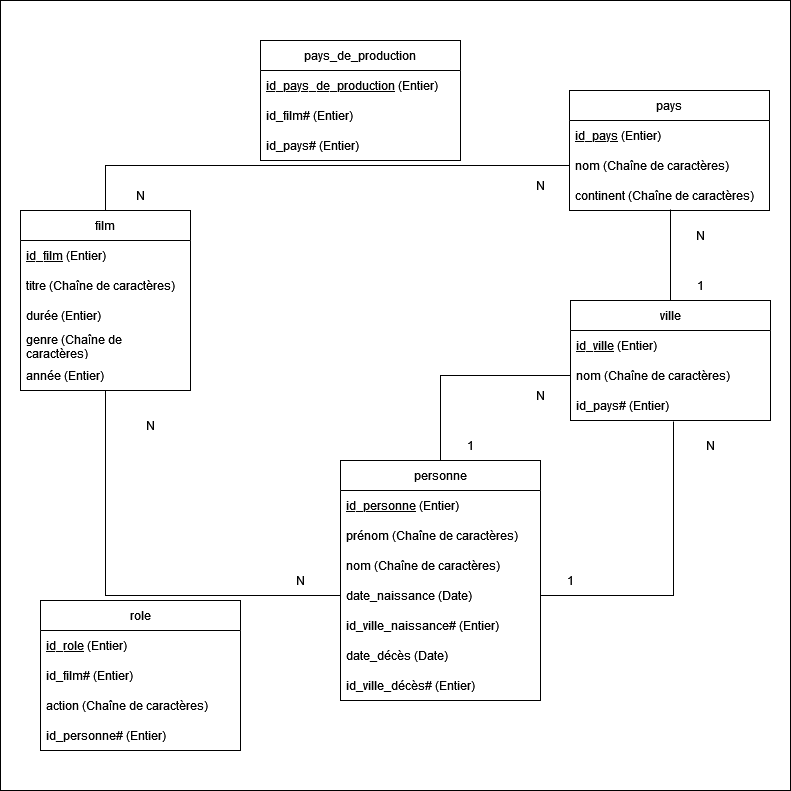
virgile-reignier/Cours-Pratiques-Numeriques-Universite-Picardie-L2-L3 keeps this draw.io diagram as Base de données films - Support pour les cours 6 et 7/films_modele_logique.png. Above is the earlier version. Source tidied: cells renumbered, new cells last; positions are measured from the earlier drawing's top-left corner, leaving out a move shared by most shapes. Source of this version:
```xml
<mxGraphModel>
  <root>
    <mxCell id="0" />
    <mxCell id="1" parent="0" />
    <mxCell id="2" style="whiteSpace=wrap;html=1;fillColor=default;" parent="1" vertex="1">
      <mxGeometry width="790" height="790" as="geometry" />
    </mxCell>
    <mxCell id="3" style="edgeStyle=orthogonalEdgeStyle;rounded=0;jettySize=auto;html=1;entryX=0;entryY=0.5;entryDx=0;entryDy=0;startArrow=none;startFill=0;endArrow=none;endFill=0;" parent="1" edge="1" source="4" target="28">
      <mxGeometry relative="1" as="geometry" />
    </mxCell>
    <mxCell id="4" value="film" style="swimlane;fontStyle=0;horizontal=1;startSize=30;whiteSpace=wrap;html=1;fillColor=#FFFFFF;" parent="1" vertex="1">
      <mxGeometry x="20" y="210" width="170" height="180" as="geometry" />
    </mxCell>
    <mxCell id="5" value="&lt;u&gt;id_film&lt;/u&gt; (Entier)" style="text;strokeColor=none;fillColor=none;align=left;verticalAlign=middle;spacingLeft=4;spacingRight=4;overflow=hidden;whiteSpace=wrap;html=1;" parent="4" vertex="1">
      <mxGeometry y="30" width="170" height="30" as="geometry" />
    </mxCell>
    <mxCell id="6" value="titre (Chaîne de caractères)" style="text;strokeColor=none;fillColor=none;align=left;verticalAlign=middle;spacingLeft=4;spacingRight=4;overflow=hidden;whiteSpace=wrap;html=1;" parent="4" vertex="1">
      <mxGeometry y="60" width="170" height="30" as="geometry" />
    </mxCell>
    <mxCell id="7" value="durée (Entier)" style="text;strokeColor=none;fillColor=none;align=left;verticalAlign=middle;spacingLeft=4;spacingRight=4;overflow=hidden;whiteSpace=wrap;html=1;" parent="4" vertex="1">
      <mxGeometry y="90" width="170" height="30" as="geometry" />
    </mxCell>
    <mxCell id="8" value="&lt;div&gt;genre (Chaîne de caractères)&lt;/div&gt;" style="text;strokeColor=none;fillColor=none;align=left;verticalAlign=middle;spacingLeft=4;spacingRight=4;overflow=hidden;whiteSpace=wrap;html=1;" parent="4" vertex="1">
      <mxGeometry y="120" width="170" height="30" as="geometry" />
    </mxCell>
    <mxCell id="9" value="&lt;div&gt;année (Entier)&lt;/div&gt;" style="text;strokeColor=none;fillColor=none;align=left;verticalAlign=middle;spacingLeft=4;spacingRight=4;overflow=hidden;whiteSpace=wrap;html=1;" parent="4" vertex="1">
      <mxGeometry y="150" width="170" height="30" as="geometry" />
    </mxCell>
    <mxCell id="10" value="pays" style="swimlane;fontStyle=0;horizontal=1;startSize=30;whiteSpace=wrap;html=1;" parent="1" vertex="1">
      <mxGeometry x="569" y="90" width="200" height="120" as="geometry" />
    </mxCell>
    <mxCell id="11" value="&lt;u&gt;id_pays&lt;/u&gt; (Entier)" style="text;strokeColor=none;fillColor=none;align=left;verticalAlign=middle;spacingLeft=4;spacingRight=4;overflow=hidden;whiteSpace=wrap;html=1;" parent="10" vertex="1">
      <mxGeometry y="30" width="200" height="30" as="geometry" />
    </mxCell>
    <mxCell id="12" value="nom (Chaîne de caractères)" style="text;strokeColor=none;fillColor=none;align=left;verticalAlign=middle;spacingLeft=4;spacingRight=4;overflow=hidden;points=[[0,0.5],[1,0.5]];portConstraint=eastwest;whiteSpace=wrap;html=1;" parent="10" vertex="1">
      <mxGeometry y="60" width="200" height="30" as="geometry" />
    </mxCell>
    <mxCell id="13" value="continent (Chaîne de caractères)" style="text;strokeColor=none;fillColor=none;align=left;verticalAlign=middle;spacingLeft=4;spacingRight=4;overflow=hidden;points=[[0,0.5],[1,0.5]];portConstraint=eastwest;whiteSpace=wrap;html=1;" parent="10" vertex="1">
      <mxGeometry y="90" width="200" height="30" as="geometry" />
    </mxCell>
    <mxCell id="14" value="pays_de_production" style="swimlane;fontStyle=0;horizontal=1;startSize=30;whiteSpace=wrap;html=1;" parent="1" vertex="1">
      <mxGeometry x="260" y="40" width="200" height="120" as="geometry" />
    </mxCell>
    <mxCell id="15" value="&lt;u&gt;id_pays_de_production&lt;/u&gt; (Entier)" style="text;strokeColor=none;fillColor=none;align=left;verticalAlign=middle;spacingLeft=4;spacingRight=4;overflow=hidden;whiteSpace=wrap;html=1;" parent="14" vertex="1">
      <mxGeometry y="30" width="200" height="30" as="geometry" />
    </mxCell>
    <mxCell id="16" value="id_film# (Entier)" style="text;strokeColor=none;fillColor=none;align=left;verticalAlign=middle;spacingLeft=4;spacingRight=4;overflow=hidden;whiteSpace=wrap;html=1;" parent="14" vertex="1">
      <mxGeometry y="60" width="200" height="30" as="geometry" />
    </mxCell>
    <mxCell id="17" value="id_pays# (Entier)" style="text;strokeColor=none;fillColor=none;align=left;verticalAlign=middle;spacingLeft=4;spacingRight=4;overflow=hidden;whiteSpace=wrap;html=1;" parent="14" vertex="1">
      <mxGeometry y="90" width="200" height="30" as="geometry" />
    </mxCell>
    <mxCell id="18" style="edgeStyle=orthogonalEdgeStyle;rounded=0;jettySize=auto;html=1;startArrow=none;startFill=0;endArrow=none;endFill=0;entryX=0.505;entryY=0.967;entryDx=0;entryDy=0;entryPerimeter=0;" parent="1" edge="1" source="19" target="13">
      <mxGeometry relative="1" as="geometry" />
    </mxCell>
    <mxCell id="19" value="ville" style="swimlane;fontStyle=0;horizontal=1;startSize=30;whiteSpace=wrap;html=1;" parent="1" vertex="1">
      <mxGeometry x="570" y="300" width="200" height="120" as="geometry" />
    </mxCell>
    <mxCell id="20" value="&lt;u&gt;id_ville&lt;/u&gt; (Entier)" style="text;strokeColor=none;fillColor=none;align=left;verticalAlign=middle;spacingLeft=4;spacingRight=4;overflow=hidden;whiteSpace=wrap;html=1;" parent="19" vertex="1">
      <mxGeometry y="30" width="200" height="30" as="geometry" />
    </mxCell>
    <mxCell id="21" value="nom (Chaîne de caractères)" style="text;strokeColor=none;fillColor=none;align=left;verticalAlign=middle;spacingLeft=4;spacingRight=4;overflow=hidden;points=[[0,0.5],[1,0.5]];portConstraint=eastwest;whiteSpace=wrap;html=1;" parent="19" vertex="1">
      <mxGeometry y="60" width="200" height="30" as="geometry" />
    </mxCell>
    <mxCell id="22" value="id_pays# (Entier)" style="text;strokeColor=none;fillColor=none;align=left;verticalAlign=middle;spacingLeft=4;spacingRight=4;overflow=hidden;points=[[0,0.5],[1,0.5]];portConstraint=eastwest;whiteSpace=wrap;html=1;" parent="19" vertex="1">
      <mxGeometry y="90" width="200" height="30" as="geometry" />
    </mxCell>
    <mxCell id="23" style="edgeStyle=orthogonalEdgeStyle;rounded=0;jettySize=auto;html=1;entryX=0;entryY=0.5;entryDx=0;entryDy=0;endArrow=none;endFill=0;" parent="1" edge="1" source="24" target="21">
      <mxGeometry relative="1" as="geometry" />
    </mxCell>
    <mxCell id="24" value="personne" style="swimlane;fontStyle=0;horizontal=1;startSize=30;whiteSpace=wrap;html=1;" parent="1" vertex="1">
      <mxGeometry x="340" y="460" width="200" height="240" as="geometry" />
    </mxCell>
    <mxCell id="25" value="&lt;u&gt;id_personne&lt;/u&gt; (Entier)" style="text;strokeColor=none;fillColor=none;align=left;verticalAlign=middle;spacingLeft=4;spacingRight=4;overflow=hidden;whiteSpace=wrap;html=1;" parent="24" vertex="1">
      <mxGeometry y="30" width="200" height="30" as="geometry" />
    </mxCell>
    <mxCell id="26" value="prénom (Chaîne de caractères)" style="text;strokeColor=none;fillColor=none;align=left;verticalAlign=middle;spacingLeft=4;spacingRight=4;overflow=hidden;whiteSpace=wrap;html=1;" parent="24" vertex="1">
      <mxGeometry y="60" width="200" height="30" as="geometry" />
    </mxCell>
    <mxCell id="27" value="nom (Chaîne de caractères)" style="text;strokeColor=none;fillColor=none;align=left;verticalAlign=middle;spacingLeft=4;spacingRight=4;overflow=hidden;whiteSpace=wrap;html=1;" parent="24" vertex="1">
      <mxGeometry y="90" width="200" height="30" as="geometry" />
    </mxCell>
    <mxCell id="28" value="date_naissance (Date)" style="text;strokeColor=none;fillColor=none;align=left;verticalAlign=middle;spacingLeft=4;spacingRight=4;overflow=hidden;points=[[0,0.5],[1,0.5]];portConstraint=eastwest;whiteSpace=wrap;html=1;" parent="24" vertex="1">
      <mxGeometry y="120" width="200" height="30" as="geometry" />
    </mxCell>
    <mxCell id="29" value="&lt;div&gt;id_ville_naissance# (Entier)&lt;/div&gt;" style="text;strokeColor=none;fillColor=none;align=left;verticalAlign=middle;spacingLeft=4;spacingRight=4;overflow=hidden;whiteSpace=wrap;html=1;" parent="24" vertex="1">
      <mxGeometry y="150" width="200" height="30" as="geometry" />
    </mxCell>
    <mxCell id="30" value="&lt;div&gt;date_décès (Date)&lt;/div&gt;" style="text;strokeColor=none;fillColor=none;align=left;verticalAlign=middle;spacingLeft=4;spacingRight=4;overflow=hidden;whiteSpace=wrap;html=1;" parent="24" vertex="1">
      <mxGeometry y="180" width="200" height="30" as="geometry" />
    </mxCell>
    <mxCell id="31" value="&lt;div&gt;id_ville_décès# (Entier)&lt;/div&gt;" style="text;strokeColor=none;fillColor=none;align=left;verticalAlign=middle;spacingLeft=4;spacingRight=4;overflow=hidden;whiteSpace=wrap;html=1;" parent="24" vertex="1">
      <mxGeometry y="210" width="200" height="30" as="geometry" />
    </mxCell>
    <mxCell id="32" value="role" style="swimlane;fontStyle=0;horizontal=1;startSize=30;whiteSpace=wrap;html=1;" parent="1" vertex="1">
      <mxGeometry x="40" y="600" width="200" height="150" as="geometry" />
    </mxCell>
    <mxCell id="33" value="&lt;u&gt;id_role&lt;/u&gt; (Entier)" style="text;strokeColor=none;fillColor=none;align=left;verticalAlign=middle;spacingLeft=4;spacingRight=4;overflow=hidden;whiteSpace=wrap;html=1;" parent="32" vertex="1">
      <mxGeometry y="30" width="200" height="30" as="geometry" />
    </mxCell>
    <mxCell id="34" value="id_film# (Entier)" style="text;strokeColor=none;fillColor=none;align=left;verticalAlign=middle;spacingLeft=4;spacingRight=4;overflow=hidden;whiteSpace=wrap;html=1;" parent="32" vertex="1">
      <mxGeometry y="60" width="200" height="30" as="geometry" />
    </mxCell>
    <mxCell id="35" value="action (Chaîne de caractères)" style="text;align=left;verticalAlign=middle;spacingLeft=4;spacingRight=4;overflow=hidden;whiteSpace=wrap;html=1;fillColor=none;" parent="32" vertex="1">
      <mxGeometry y="90" width="200" height="30" as="geometry" />
    </mxCell>
    <mxCell id="36" value="id_personne# (Entier)" style="text;strokeColor=none;fillColor=none;align=left;verticalAlign=middle;spacingLeft=4;spacingRight=4;overflow=hidden;whiteSpace=wrap;html=1;" parent="32" vertex="1">
      <mxGeometry y="120" width="200" height="30" as="geometry" />
    </mxCell>
    <mxCell id="37" value="N" style="text;html=1;strokeColor=none;fillColor=none;align=center;verticalAlign=middle;whiteSpace=wrap;rounded=0;" parent="1" vertex="1">
      <mxGeometry x="510" y="170" width="60" height="30" as="geometry" />
    </mxCell>
    <mxCell id="38" value="N" style="text;html=1;strokeColor=none;fillColor=none;align=center;verticalAlign=middle;whiteSpace=wrap;rounded=0;" parent="1" vertex="1">
      <mxGeometry x="270" y="565" width="60" height="30" as="geometry" />
    </mxCell>
    <mxCell id="39" style="edgeStyle=orthogonalEdgeStyle;rounded=0;jettySize=auto;html=1;entryX=0.515;entryY=1.033;entryDx=0;entryDy=0;entryPerimeter=0;endArrow=none;endFill=0;" parent="1" edge="1" source="28" target="22">
      <mxGeometry relative="1" as="geometry" />
    </mxCell>
    <mxCell id="40" value="N" style="text;html=1;strokeColor=none;fillColor=none;align=center;verticalAlign=middle;whiteSpace=wrap;rounded=0;" parent="1" vertex="1">
      <mxGeometry x="510" y="380" width="60" height="30" as="geometry" />
    </mxCell>
    <mxCell id="41" value="1" style="text;html=1;strokeColor=none;fillColor=none;align=center;verticalAlign=middle;whiteSpace=wrap;rounded=0;" parent="1" vertex="1">
      <mxGeometry x="440" y="430" width="60" height="30" as="geometry" />
    </mxCell>
    <mxCell id="42" value="1" style="text;html=1;strokeColor=none;fillColor=none;align=center;verticalAlign=middle;whiteSpace=wrap;rounded=0;" parent="1" vertex="1">
      <mxGeometry x="540" y="565" width="60" height="30" as="geometry" />
    </mxCell>
    <mxCell id="43" value="N" style="text;html=1;strokeColor=none;fillColor=none;align=center;verticalAlign=middle;whiteSpace=wrap;rounded=0;" parent="1" vertex="1">
      <mxGeometry x="680" y="430" width="60" height="30" as="geometry" />
    </mxCell>
    <mxCell id="44" value="&lt;div&gt;1&lt;/div&gt;" style="text;html=1;strokeColor=none;fillColor=none;align=center;verticalAlign=middle;whiteSpace=wrap;rounded=0;" parent="1" vertex="1">
      <mxGeometry x="670" y="270" width="60" height="30" as="geometry" />
    </mxCell>
    <mxCell id="45" value="N" style="text;html=1;strokeColor=none;fillColor=none;align=center;verticalAlign=middle;whiteSpace=wrap;rounded=0;" parent="1" vertex="1">
      <mxGeometry x="670" y="220" width="60" height="30" as="geometry" />
    </mxCell>
    <mxCell id="46" style="edgeStyle=orthogonalEdgeStyle;rounded=0;jettySize=auto;html=1;entryX=0.5;entryY=0;entryDx=0;entryDy=0;startArrow=none;startFill=0;endArrow=none;endFill=0;" parent="1" edge="1" source="12" target="4">
      <mxGeometry relative="1" as="geometry" />
    </mxCell>
    <mxCell id="47" value="N" style="text;html=1;strokeColor=none;fillColor=none;align=center;verticalAlign=middle;whiteSpace=wrap;rounded=0;" parent="1" vertex="1">
      <mxGeometry x="110" y="180" width="60" height="30" as="geometry" />
    </mxCell>
    <mxCell id="48" value="N" style="text;html=1;strokeColor=none;fillColor=none;align=center;verticalAlign=middle;whiteSpace=wrap;rounded=0;" parent="1" vertex="1">
      <mxGeometry x="120" y="410" width="60" height="30" as="geometry" />
    </mxCell>
  </root>
</mxGraphModel>
```
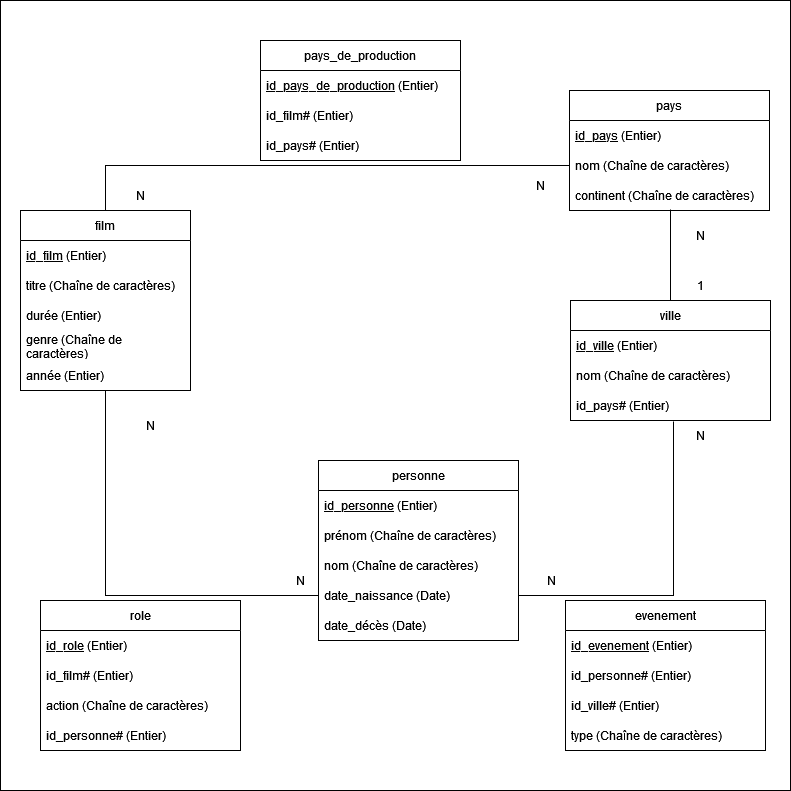
The same file after the commit.

Change to the diagram source:
```diff
@@ -65,11 +65,8 @@
     <mxCell id="22" value="id_pays# (Entier)" style="text;strokeColor=none;fillColor=none;align=left;verticalAlign=middle;spacingLeft=4;spacingRight=4;overflow=hidden;points=[[0,0.5],[1,0.5]];portConstraint=eastwest;whiteSpace=wrap;html=1;" parent="19" vertex="1">
       <mxGeometry y="90" width="200" height="30" as="geometry" />
     </mxCell>
-    <mxCell id="23" style="edgeStyle=orthogonalEdgeStyle;rounded=0;jettySize=auto;html=1;entryX=0;entryY=0.5;entryDx=0;entryDy=0;endArrow=none;endFill=0;" parent="1" edge="1" source="24" target="21">
-      <mxGeometry relative="1" as="geometry" />
-    </mxCell>
     <mxCell id="24" value="personne" style="swimlane;fontStyle=0;horizontal=1;startSize=30;whiteSpace=wrap;html=1;" parent="1" vertex="1">
-      <mxGeometry x="340" y="460" width="200" height="240" as="geometry" />
+      <mxGeometry x="318" y="460" width="200" height="180" as="geometry" />
     </mxCell>
     <mxCell id="25" value="&lt;u&gt;id_personne&lt;/u&gt; (Entier)" style="text;strokeColor=none;fillColor=none;align=left;verticalAlign=middle;spacingLeft=4;spacingRight=4;overflow=hidden;whiteSpace=wrap;html=1;" parent="24" vertex="1">
       <mxGeometry y="30" width="200" height="30" as="geometry" />
@@ -83,15 +80,9 @@
     <mxCell id="28" value="date_naissance (Date)" style="text;strokeColor=none;fillColor=none;align=left;verticalAlign=middle;spacingLeft=4;spacingRight=4;overflow=hidden;points=[[0,0.5],[1,0.5]];portConstraint=eastwest;whiteSpace=wrap;html=1;" parent="24" vertex="1">
       <mxGeometry y="120" width="200" height="30" as="geometry" />
     </mxCell>
-    <mxCell id="29" value="&lt;div&gt;id_ville_naissance# (Entier)&lt;/div&gt;" style="text;strokeColor=none;fillColor=none;align=left;verticalAlign=middle;spacingLeft=4;spacingRight=4;overflow=hidden;whiteSpace=wrap;html=1;" parent="24" vertex="1">
-      <mxGeometry y="150" width="200" height="30" as="geometry" />
-    </mxCell>
     <mxCell id="30" value="&lt;div&gt;date_décès (Date)&lt;/div&gt;" style="text;strokeColor=none;fillColor=none;align=left;verticalAlign=middle;spacingLeft=4;spacingRight=4;overflow=hidden;whiteSpace=wrap;html=1;" parent="24" vertex="1">
-      <mxGeometry y="180" width="200" height="30" as="geometry" />
+      <mxGeometry y="150" width="200" height="30" as="geometry" />
     </mxCell>
-    <mxCell id="31" value="&lt;div&gt;id_ville_décès# (Entier)&lt;/div&gt;" style="text;strokeColor=none;fillColor=none;align=left;verticalAlign=middle;spacingLeft=4;spacingRight=4;overflow=hidden;whiteSpace=wrap;html=1;" parent="24" vertex="1">
-      <mxGeometry y="210" width="200" height="30" as="geometry" />
-    </mxCell>
     <mxCell id="32" value="role" style="swimlane;fontStyle=0;horizontal=1;startSize=30;whiteSpace=wrap;html=1;" parent="1" vertex="1">
       <mxGeometry x="40" y="600" width="200" height="150" as="geometry" />
     </mxCell>
@@ -116,17 +107,11 @@
     <mxCell id="39" style="edgeStyle=orthogonalEdgeStyle;rounded=0;jettySize=auto;html=1;entryX=0.515;entryY=1.033;entryDx=0;entryDy=0;entryPerimeter=0;endArrow=none;endFill=0;" parent="1" edge="1" source="28" target="22">
       <mxGeometry relative="1" as="geometry" />
     </mxCell>
-    <mxCell id="40" value="N" style="text;html=1;strokeColor=none;fillColor=none;align=center;verticalAlign=middle;whiteSpace=wrap;rounded=0;" parent="1" vertex="1">
-      <mxGeometry x="510" y="380" width="60" height="30" as="geometry" />
-    </mxCell>
-    <mxCell id="41" value="1" style="text;html=1;strokeColor=none;fillColor=none;align=center;verticalAlign=middle;whiteSpace=wrap;rounded=0;" parent="1" vertex="1">
-      <mxGeometry x="440" y="430" width="60" height="30" as="geometry" />
-    </mxCell>
-    <mxCell id="42" value="1" style="text;html=1;strokeColor=none;fillColor=none;align=center;verticalAlign=middle;whiteSpace=wrap;rounded=0;" parent="1" vertex="1">
-      <mxGeometry x="540" y="565" width="60" height="30" as="geometry" />
+    <mxCell id="42" value="N" style="text;html=1;strokeColor=none;fillColor=none;align=center;verticalAlign=middle;whiteSpace=wrap;rounded=0;" parent="1" vertex="1">
+      <mxGeometry x="521" y="565" width="60" height="30" as="geometry" />
     </mxCell>
     <mxCell id="43" value="N" style="text;html=1;strokeColor=none;fillColor=none;align=center;verticalAlign=middle;whiteSpace=wrap;rounded=0;" parent="1" vertex="1">
-      <mxGeometry x="680" y="430" width="60" height="30" as="geometry" />
+      <mxGeometry x="670" y="420" width="60" height="30" as="geometry" />
     </mxCell>
     <mxCell id="44" value="&lt;div&gt;1&lt;/div&gt;" style="text;html=1;strokeColor=none;fillColor=none;align=center;verticalAlign=middle;whiteSpace=wrap;rounded=0;" parent="1" vertex="1">
       <mxGeometry x="670" y="270" width="60" height="30" as="geometry" />
@@ -143,5 +128,20 @@
     <mxCell id="48" value="N" style="text;html=1;strokeColor=none;fillColor=none;align=center;verticalAlign=middle;whiteSpace=wrap;rounded=0;" parent="1" vertex="1">
       <mxGeometry x="120" y="410" width="60" height="30" as="geometry" />
     </mxCell>
+    <mxCell id="49" value="evenement" style="swimlane;fontStyle=0;horizontal=1;startSize=30;whiteSpace=wrap;html=1;" parent="1" vertex="1">
+      <mxGeometry x="565" y="600" width="200" height="150" as="geometry" />
+    </mxCell>
+    <mxCell id="50" value="&lt;u&gt;id_evenement&lt;/u&gt; (Entier)" style="text;strokeColor=none;fillColor=none;align=left;verticalAlign=middle;spacingLeft=4;spacingRight=4;overflow=hidden;whiteSpace=wrap;html=1;" parent="49" vertex="1">
+      <mxGeometry y="30" width="200" height="30" as="geometry" />
+    </mxCell>
+    <mxCell id="51" value="id_personne# (Entier)" style="text;strokeColor=none;fillColor=none;align=left;verticalAlign=middle;spacingLeft=4;spacingRight=4;overflow=hidden;whiteSpace=wrap;html=1;" parent="49" vertex="1">
+      <mxGeometry y="60" width="200" height="30" as="geometry" />
+    </mxCell>
+    <mxCell id="52" value="id_ville# (Entier)" style="text;strokeColor=none;fillColor=none;align=left;verticalAlign=middle;spacingLeft=4;spacingRight=4;overflow=hidden;whiteSpace=wrap;html=1;" parent="49" vertex="1">
+      <mxGeometry y="90" width="200" height="30" as="geometry" />
+    </mxCell>
+    <mxCell id="53" value="type (Chaîne de caractères)" style="text;strokeColor=none;fillColor=none;align=left;verticalAlign=middle;spacingLeft=4;spacingRight=4;overflow=hidden;whiteSpace=wrap;html=1;" parent="49" vertex="1">
+      <mxGeometry y="120" width="200" height="30" as="geometry" />
+    </mxCell>
   </root>
 </mxGraphModel>
```
